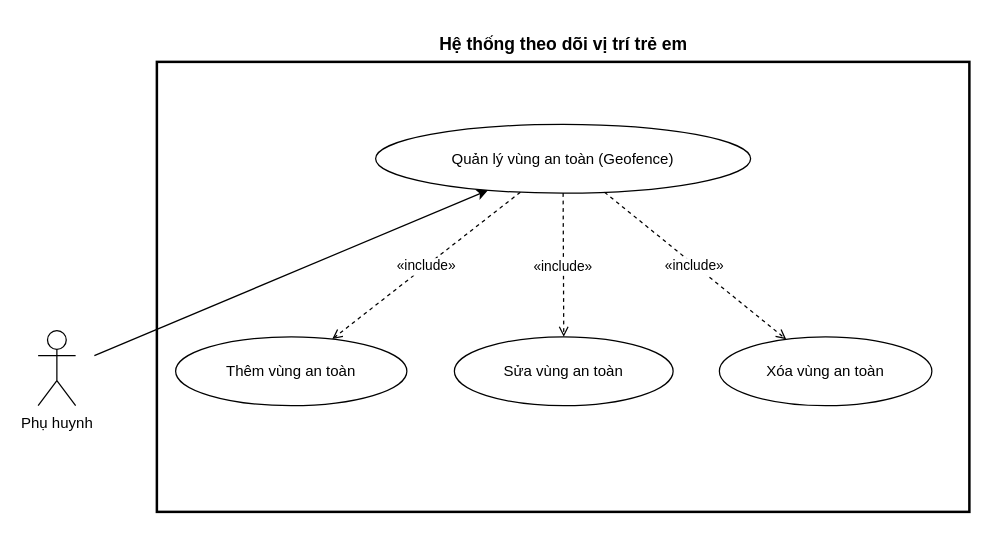
Above: diagrams/usecase_phan_ra_geofence.drawio in duongngdeptrai/DoAnTotNghiep_Working (draw.io), before the change. Source tidied: cells renumbered, new cells numbered last; positions are measured from the earlier drawing's top-left corner, leaving out a move shared by most shapes. Both pictures are drawn from the tidied source at 125%, with x=0, y=0 at pixel (38, 21).
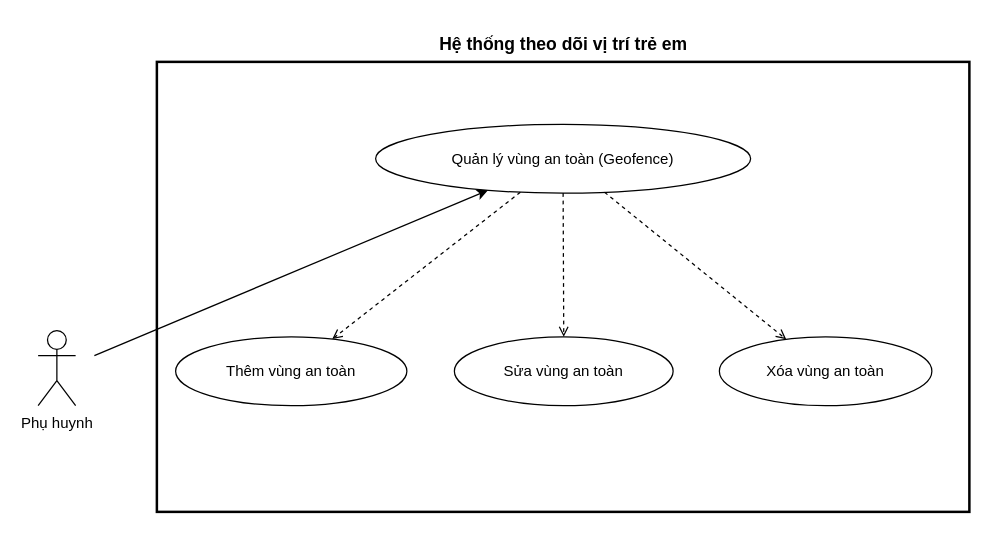
Above is the later version.

The edit, as a diff of the source:
```diff
@@
 <mxGraphModel>
   <root>
     <mxCell id="0" />
     <mxCell id="1" parent="0" />
     <mxCell id="2" style="rounded=0;whiteSpace=wrap;html=1;fillColor=none;strokeColor=#000000;strokeWidth=2;" parent="1" vertex="1">
       <mxGeometry x="95" y="32" width="650" height="360" as="geometry" />
     </mxCell>
     <mxCell id="3" value="&lt;b&gt;Hệ thống theo dõi vị trí trẻ em&lt;/b&gt;" style="text;html=1;align=center;verticalAlign=middle;fontSize=14;fillColor=none;strokeColor=none;" parent="1" vertex="1">
       <mxGeometry x="220" width="400" height="36" as="geometry" />
     </mxCell>
     <mxCell id="4" value="Quản lý vùng an toàn (Geofence)" style="ellipse;whiteSpace=wrap;html=1;fontSize=12;fillColor=#ffffff;strokeColor=#000000;" parent="1" vertex="1">
       <mxGeometry x="270" y="82" width="300" height="55" as="geometry" />
     </mxCell>
     <mxCell id="5" value="Thêm vùng an toàn" style="ellipse;whiteSpace=wrap;html=1;fontSize=12;fillColor=#ffffff;strokeColor=#000000;" parent="1" vertex="1">
       <mxGeometry x="110" y="252" width="185" height="55" as="geometry" />
     </mxCell>
     <mxCell id="6" value="Sửa vùng an toàn" style="ellipse;whiteSpace=wrap;html=1;fontSize=12;fillColor=#ffffff;strokeColor=#000000;" parent="1" vertex="1">
       <mxGeometry x="333" y="252" width="175" height="55" as="geometry" />
     </mxCell>
     <mxCell id="7" value="Xóa vùng an toàn" style="ellipse;whiteSpace=wrap;html=1;fontSize=12;fillColor=#ffffff;strokeColor=#000000;" parent="1" vertex="1">
       <mxGeometry x="545" y="252" width="170" height="55" as="geometry" />
     </mxCell>
-    <mxCell id="8" value="«include»" style="dashed=1;endArrow=open;endFill=0;fontSize=11;" parent="1" edge="1" source="4" target="5">
+    <mxCell id="8" style="dashed=1;endArrow=open;endFill=0;fontSize=11;" parent="1" edge="1" source="4" target="5">
       <mxGeometry relative="1" as="geometry" />
     </mxCell>
-    <mxCell id="9" value="«include»" style="dashed=1;endArrow=open;endFill=0;fontSize=11;" parent="1" edge="1" source="4" target="6">
+    <mxCell id="9" style="dashed=1;endArrow=open;endFill=0;fontSize=11;" parent="1" edge="1" source="4" target="6">
       <mxGeometry relative="1" as="geometry" />
     </mxCell>
-    <mxCell id="10" value="«include»" style="dashed=1;endArrow=open;endFill=0;fontSize=11;" parent="1" edge="1" source="4" target="7">
+    <mxCell id="10" style="dashed=1;endArrow=open;endFill=0;fontSize=11;" parent="1" edge="1" source="4" target="7">
       <mxGeometry relative="1" as="geometry" />
     </mxCell>
     <mxCell id="11" value="Phụ huynh" style="shape=umlActor;verticalLabelPosition=bottom;verticalAlign=top;html=1;" parent="1" vertex="1">
       <mxGeometry y="247" width="30" height="60" as="geometry" />
     </mxCell>
     <mxCell id="12" style="edgeStyle=none;" parent="1" edge="1" target="4">
       <mxGeometry relative="1" as="geometry">
         <mxPoint x="45" y="267" as="sourcePoint" />
       </mxGeometry>
     </mxCell>
   </root>
 </mxGraphModel>
```
